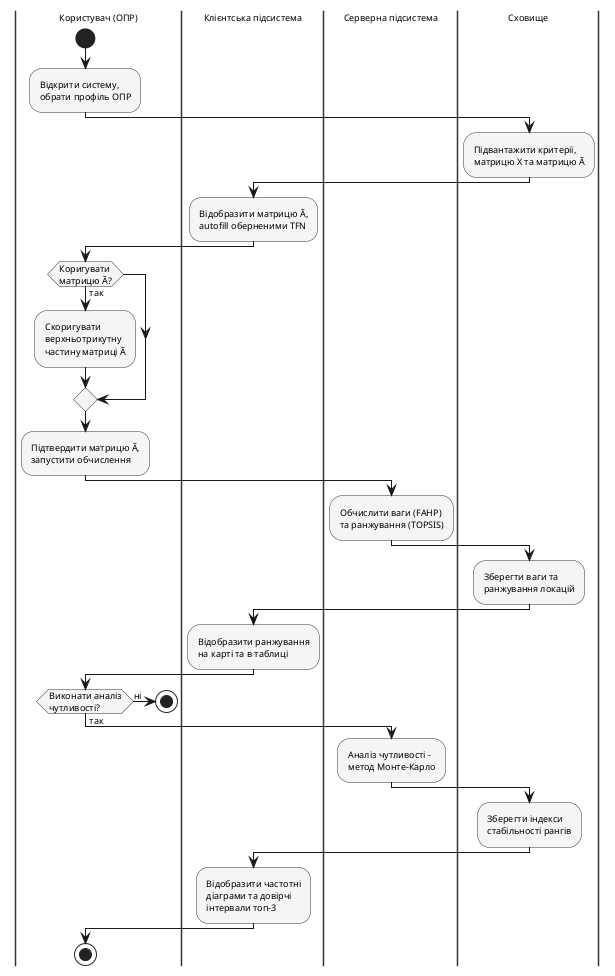
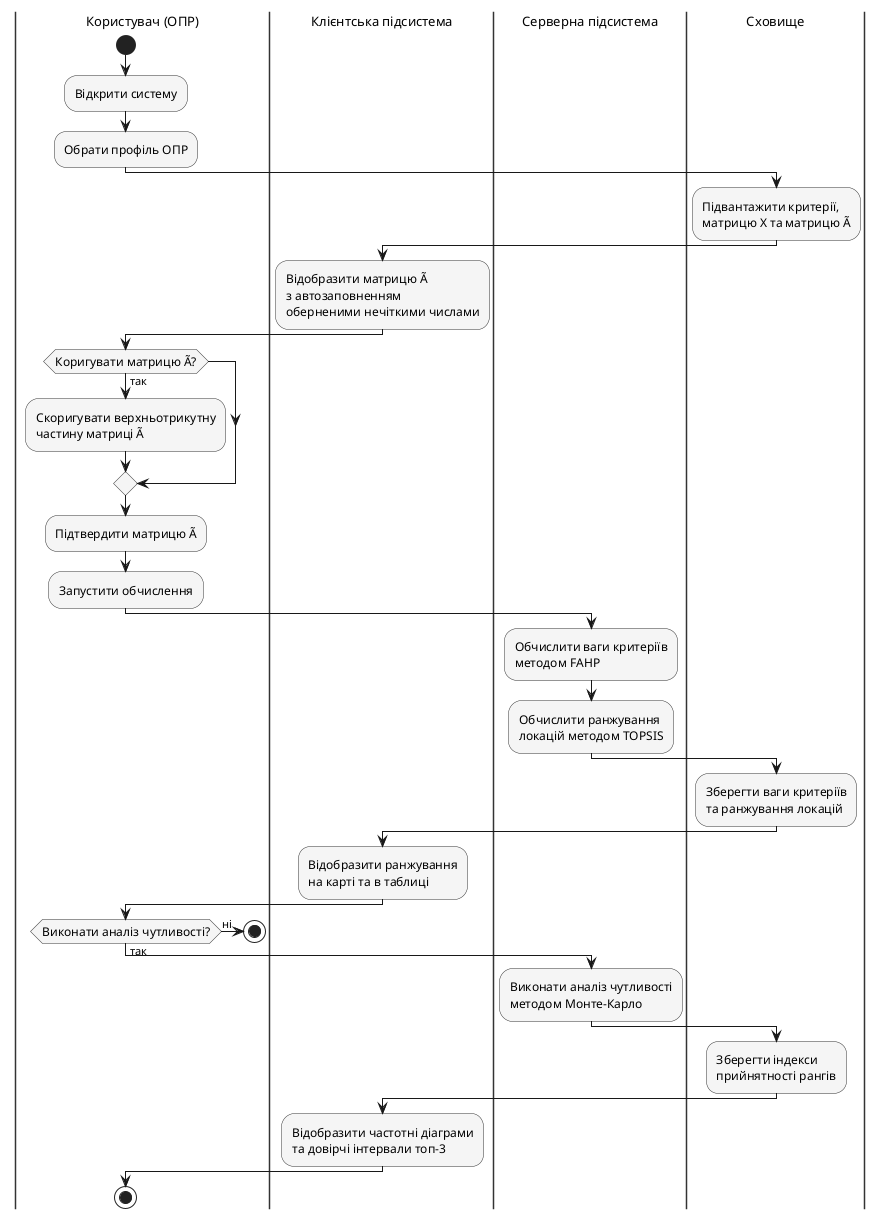
@startuml
' Рис. 2.10. Діаграма діяльності загального алгоритму функціонування системи
skinparam shadowing false
skinparam defaultFontName "Times New Roman"
- skinparam defaultFontSize 9
+ skinparam defaultFontSize 12
skinparam pageMargin 3
skinparam ArrowThickness 1
+ skinparam ArrowFontSize 11
+ skinparam ActivityDiamondFontSize 12
skinparam activity {
    BackgroundColor #f5f5f5
    BorderColor #333333
+     FontSize 12
}
skinparam swimlane {
    BackgroundColor #fafafa
    BorderColor #333333
+     FontSize 12
+     TitleFontSize 13
}

' порядок доріжок фіксується першою згадкою
|Користувач (ОПР)|
|Клієнтська підсистема|
|Серверна підсистема|
|Сховище|

|Користувач (ОПР)|
start
- :Відкрити систему,\nобрати профіль ОПР;
+ :Відкрити систему;
+ :Обрати профіль ОПР;

|Сховище|
:Підвантажити критерії,\nматрицю X та матрицю Ã;

|Клієнтська підсистема|
- :Відобразити матрицю Ã,\nautofill оберненими TFN;
+ :Відобразити матрицю Ã\nз автозаповненням\nоберненими нечіткими числами;

|Користувач (ОПР)|
- if (Коригувати\nматрицю Ã?) then (так)
-   :Скоригувати\nверхньотрикутну\nчастину матриці Ã;
+ if (Коригувати матрицю Ã?) then (так)
+   :Скоригувати верхньотрикутну\nчастину матриці Ã;
endif
- :Підтвердити матрицю Ã,\nзапустити обчислення;
+ :Підтвердити матрицю Ã;
+ :Запустити обчислення;

|Серверна підсистема|
- :Обчислити ваги (FAHP)\nта ранжування (TOPSIS);
+ :Обчислити ваги критеріїв\nметодом FAHP;
+ :Обчислити ранжування\nлокацій методом TOPSIS;

|Сховище|
- :Зберегти ваги та\nранжування локацій;
+ :Зберегти ваги критеріїв\nта ранжування локацій;

|Клієнтська підсистема|
:Відобразити ранжування\nна карті та в таблиці;

|Користувач (ОПР)|
- if (Виконати аналіз\nчутливості?) then (ні)
+ if (Виконати аналіз чутливості?) then (ні)
  stop
else (так)
  |Серверна підсистема|
-   :Аналіз чутливості –\nметод Монте-Карло;
+   :Виконати аналіз чутливості\nметодом Монте-Карло;
  |Сховище|
-   :Зберегти індекси\nстабільності рангів;
+   :Зберегти індекси\nприйнятності рангів;
  |Клієнтська підсистема|
-   :Відобразити частотні\nдіаграми та довірчі\nінтервали топ-3;
+   :Відобразити частотні діаграми\nта довірчі інтервали топ-3;
endif

|Користувач (ОПР)|
stop

@enduml
